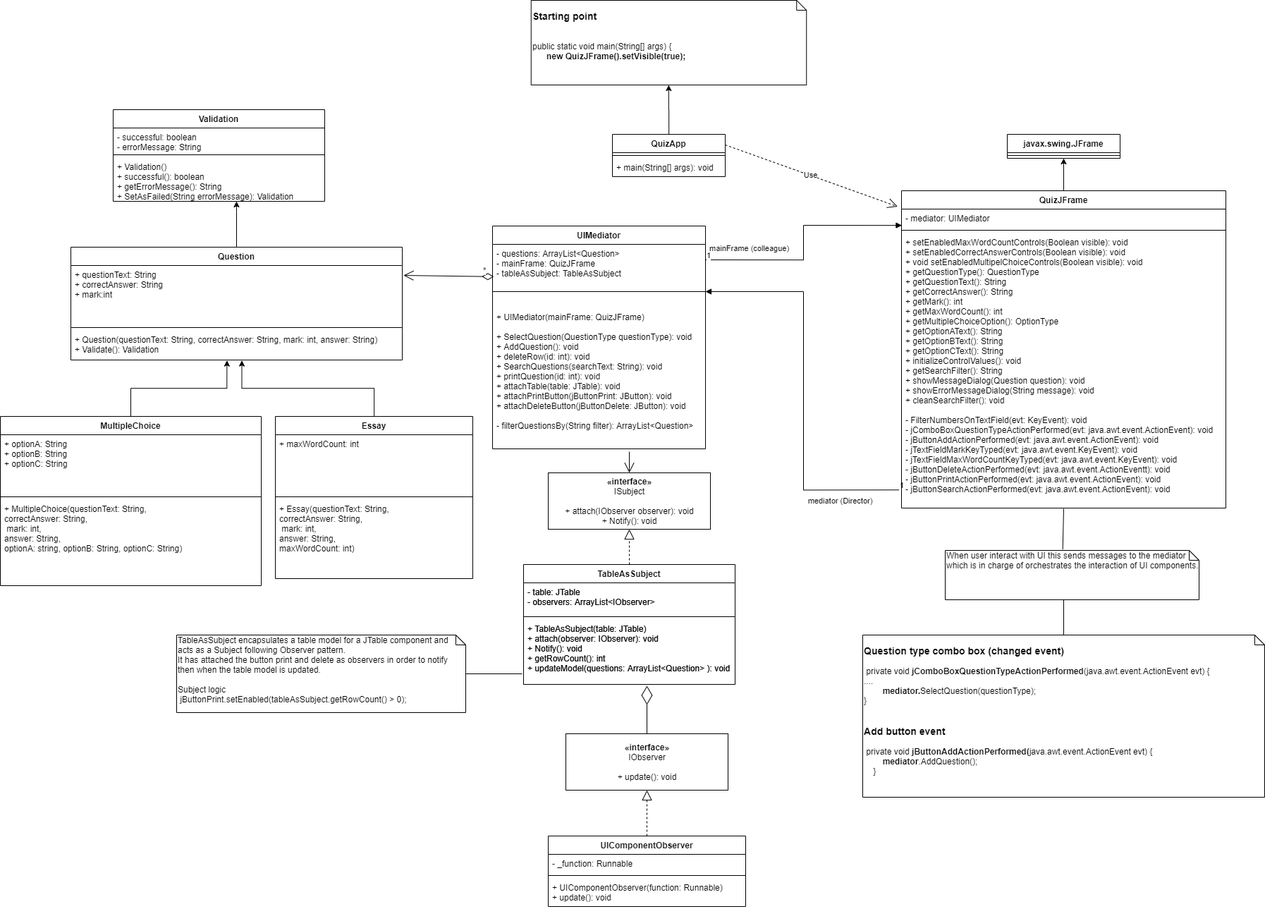
Earlier version of the draw.io export Step 4 - class diagram.png (herreramaxi/NCIRL-OOP-Topic2). Source tidied: cells renumbered, new cells last; positions are measured from the earlier drawing's top-left corner, leaving out a move shared by most shapes.
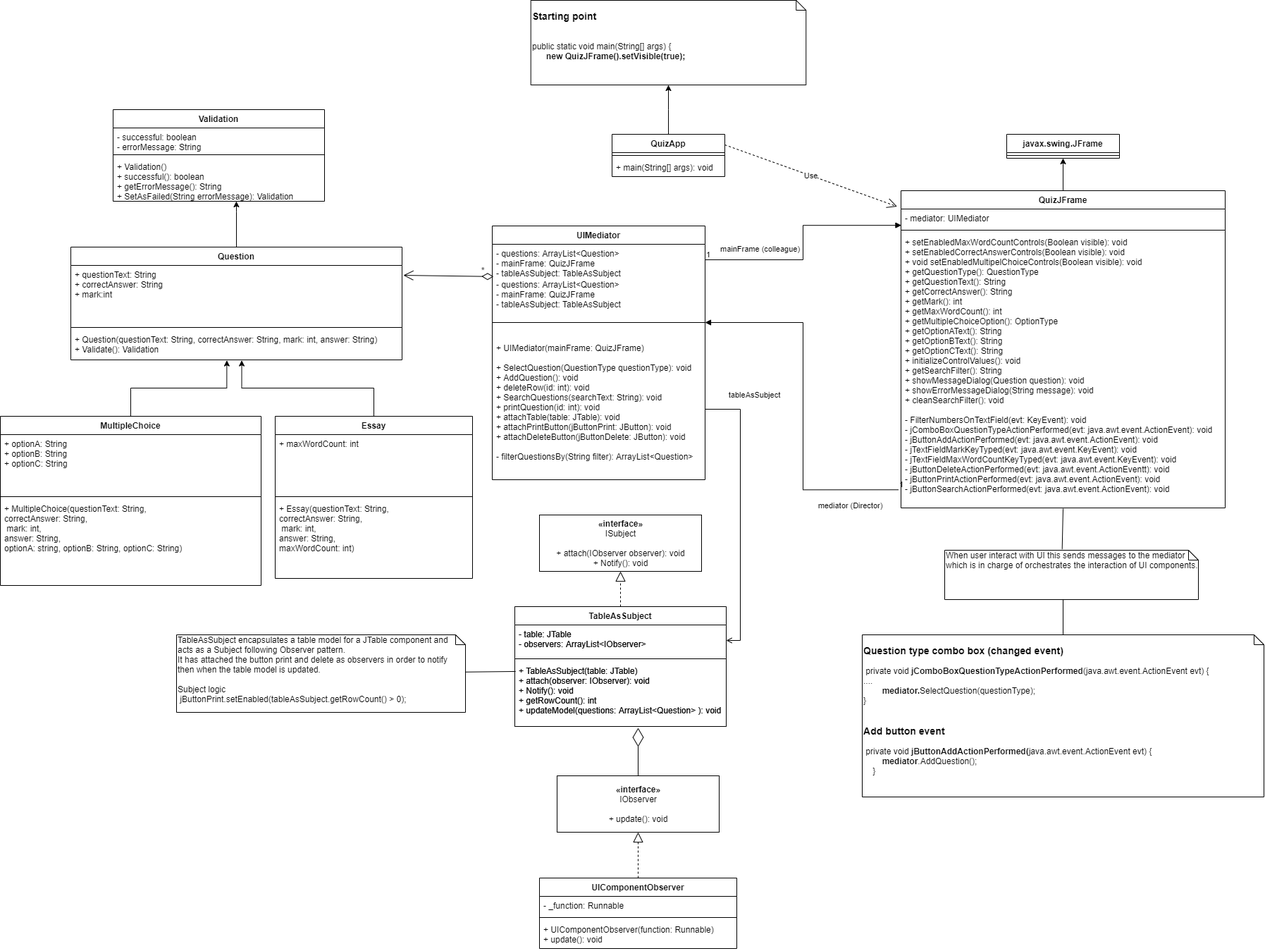
Above is the later version.

The edit, as a diff of the source:
```diff
@@ -42,7 +42,7 @@
       <mxGeometry relative="1" as="geometry" />
     </mxCell>
     <mxCell id="15" value="mainFrame (colleague)" style="endArrow=block;endFill=1;html=1;edgeStyle=orthogonalEdgeStyle;align=left;verticalAlign=top;entryX=0.001;entryY=0.889;entryDx=0;entryDy=0;entryPerimeter=0;exitX=1;exitY=0.5;exitDx=0;exitDy=0;rounded=0;" parent="1" edge="1" source="29" target="25">
-      <mxGeometry x="0.03" y="135" relative="1" as="geometry" />
+      <mxGeometry x="0.02" y="119" relative="1" as="geometry" />
     </mxCell>
     <mxCell id="16" value="1" style="edgeLabel;html=1;align=left;verticalAlign=bottom;" parent="15" vertex="1">
       <mxGeometry x="-1" relative="1" as="geometry" />
@@ -83,16 +83,19 @@
       <mxGeometry y="60" width="460" height="390" as="geometry" />
     </mxCell>
     <mxCell id="28" value="UIMediator" style="swimlane;fontStyle=1;align=center;verticalAlign=top;horizontal=1;startSize=26;" parent="1" vertex="1">
-      <mxGeometry x="698" y="320" width="302" height="316" as="geometry" />
+      <mxGeometry x="698" y="320" width="302" height="360" as="geometry" />
     </mxCell>
     <mxCell id="29" value="- questions: ArrayList&lt;Question&gt; &#10;- mainFrame: QuizJFrame&#10;- tableAsSubject: TableAsSubject" style="text;strokeColor=none;fillColor=none;align=left;verticalAlign=top;spacingLeft=4;spacingRight=4;overflow=hidden;points=[[0,0.5],[1,0.5]];portConstraint=eastwest;" parent="28" vertex="1">
       <mxGeometry y="26" width="302" height="44" as="geometry" />
     </mxCell>
+    <mxCell id="69" value="- questions: ArrayList&lt;Question&gt; &#10;- mainFrame: QuizJFrame&#10;- tableAsSubject: TableAsSubject" style="text;strokeColor=none;fillColor=none;align=left;verticalAlign=top;spacingLeft=4;spacingRight=4;overflow=hidden;" parent="28" vertex="1">
+      <mxGeometry y="70" width="302" height="44" as="geometry" />
+    </mxCell>
     <mxCell id="30" style="line;strokeWidth=1;fillColor=none;align=left;verticalAlign=middle;spacingTop=-1;spacingLeft=3;spacingRight=3;labelPosition=right;points=[];portConstraint=eastwest;" parent="28" vertex="1">
-      <mxGeometry y="70" width="302" height="46" as="geometry" />
+      <mxGeometry y="114" width="302" height="46" as="geometry" />
     </mxCell>
     <mxCell id="31" value="+ UIMediator(mainFrame: QuizJFrame) &#10;&#10;+ SelectQuestion(QuestionType questionType): void&#10;+ AddQuestion(): void&#10;+ deleteRow(id: int): void&#10;+ SearchQuestions(searchText: String): void&#10;+ printQuestion(id: int): void&#10;+ attachTable(table: JTable): void&#10;+ attachPrintButton(jButtonPrint: JButton): void&#10;+ attachDeleteButton(jButtonDelete: JButton): void&#10;&#10;- filterQuestionsBy(String filter): ArrayList&lt;Question&gt; " style="text;strokeColor=none;fillColor=none;align=left;verticalAlign=top;spacingLeft=4;spacingRight=4;overflow=hidden;points=[[0,0.5],[1,0.5]];portConstraint=eastwest;" parent="28" vertex="1">
-      <mxGeometry y="116" width="302" height="200" as="geometry" />
+      <mxGeometry y="160" width="302" height="200" as="geometry" />
     </mxCell>
     <mxCell id="32" value="Essay" style="swimlane;fontStyle=1;align=center;verticalAlign=top;horizontal=1;startSize=26;" parent="1" vertex="1">
       <mxGeometry x="390" y="590" width="280" height="230" as="geometry" />
@@ -139,32 +142,51 @@
       <mxGeometry y="118" width="370" height="122" as="geometry" />
     </mxCell>
     <mxCell id="45" value="&lt;b&gt;«interface»&lt;/b&gt;&lt;br&gt;ISubject&lt;br&gt;&lt;br&gt;&lt;div&gt;+ attach(IObserver observer): void&lt;/div&gt;&lt;div&gt;+ Notify(): void&lt;/div&gt;" style="html=1;" parent="1" vertex="1">
-      <mxGeometry x="777" y="670" width="230" height="80" as="geometry" />
+      <mxGeometry x="765" y="730" width="230" height="80" as="geometry" />
     </mxCell>
     <mxCell id="46" style="endArrow=block;dashed=1;endFill=0;endSize=12;html=1;entryX=0.5;entryY=1;entryDx=0;entryDy=0;exitX=0.5;exitY=0;exitDx=0;exitDy=0;" parent="1" edge="1" source="52" target="45">
       <mxGeometry relative="1" as="geometry" />
     </mxCell>
     <mxCell id="47" value="&lt;b&gt;«interface»&lt;/b&gt;&lt;br&gt;IObserver&lt;br&gt;&lt;br&gt;&lt;div&gt;+ update(): void&lt;/div&gt;" style="html=1;" parent="1" vertex="1">
-      <mxGeometry x="802" y="1040" width="230" height="80" as="geometry" />
+      <mxGeometry x="790" y="1100" width="230" height="80" as="geometry" />
     </mxCell>
     <mxCell id="48" style="endArrow=block;dashed=1;endFill=0;endSize=12;html=1;exitX=0.5;exitY=0;exitDx=0;exitDy=0;" parent="1" edge="1" source="60" target="47">
       <mxGeometry relative="1" as="geometry" />
     </mxCell>
     <mxCell id="49" value="&lt;b&gt;«interface»&lt;/b&gt;&lt;br&gt;ISubject&lt;br&gt;&lt;br&gt;&lt;div&gt;+ attach(IObserver observer): void&lt;/div&gt;&lt;div&gt;+ Notify(): void&lt;/div&gt;" style="html=1;" parent="1" vertex="1">
-      <mxGeometry x="777" y="670" width="230" height="80" as="geometry" />
+      <mxGeometry x="765" y="730" width="230" height="80" as="geometry" />
     </mxCell>
     <mxCell id="50" style="endArrow=diamondThin;endFill=0;endSize=24;html=1;exitX=0.5;exitY=0;exitDx=0;exitDy=0;" parent="1" edge="1" source="47">
       <mxGeometry relative="1" as="geometry">
-        <mxPoint x="917" y="972" as="targetPoint" />
+        <mxPoint x="905" y="1032" as="targetPoint" />
       </mxGeometry>
     </mxCell>
-    <mxCell id="51" style="endArrow=open;endFill=1;endSize=12;html=1;" parent="1" edge="1" target="49">
-      <mxGeometry relative="1" as="geometry">
-        <mxPoint x="892" y="640" as="sourcePoint" />
-      </mxGeometry>
-    </mxCell>
+    <mxCell id="64" style="rounded=0;jettySize=auto;html=1;endArrow=none;endFill=0;exitX=0.463;exitY=-0.02;exitDx=0;exitDy=0;exitPerimeter=0;" parent="1" edge="1" source="65">
+      <mxGeometry relative="1" as="geometry">
+        <mxPoint x="1508" y="721" as="targetPoint" />
+      </mxGeometry>
+    </mxCell>
+    <mxCell id="65" value="When user interact with UI this sends messages to the mediator which is in charge of orchestrates the interaction of UI components." style="shape=note;whiteSpace=wrap;html=1;size=14;verticalAlign=top;align=left;spacingTop=-6;" parent="1" vertex="1">
+      <mxGeometry x="1340" y="780" width="360" height="70" as="geometry" />
+    </mxCell>
+    <mxCell id="66" style="rounded=0;jettySize=auto;html=1;endArrow=none;endFill=0;exitX=0.5;exitY=0;exitDx=0;exitDy=0;exitPerimeter=0;" parent="1" edge="1" source="12">
+      <mxGeometry relative="1" as="geometry">
+        <mxPoint x="1508" y="850" as="targetPoint" />
+      </mxGeometry>
+    </mxCell>
+    <mxCell id="67" style="edgeStyle=none;rounded=0;jettySize=auto;html=1;endArrow=none;endFill=0;entryX=0.004;entryY=0.152;entryDx=0;entryDy=0;entryPerimeter=0;" parent="1" edge="1" source="68" target="59">
+      <mxGeometry relative="1" as="geometry" />
+    </mxCell>
+    <mxCell id="68" value="TableAsSubject encapsulates a table model for a JTable component and acts as a Subject following Observer pattern.&lt;br&gt;It has attached the button print and delete as observers in order to notify then when&amp;nbsp;the table model is updated.&lt;br&gt;&lt;br&gt;Subject logic&lt;br&gt;&amp;nbsp;jButtonPrint.setEnabled(tableAsSubject.getRowCount() &amp;gt; 0);" style="shape=note;whiteSpace=wrap;html=1;size=14;verticalAlign=top;align=left;spacingTop=-6;" parent="1" vertex="1">
+      <mxGeometry x="250" y="900" width="410" height="110" as="geometry" />
+    </mxCell>
+    <mxCell id="70" value="tableAsSubject" style="edgeStyle=orthogonalEdgeStyle;rounded=0;jettySize=auto;html=1;entryX=1;entryY=0.5;entryDx=0;entryDy=0;endArrow=open;endFill=0;" parent="1" edge="1" source="31" target="57">
+      <mxGeometry x="-0.75" y="28" relative="1" as="geometry">
+        <mxPoint x="-8" y="-20" as="offset" />
+      </mxGeometry>
+    </mxCell>
     <mxCell id="52" value="TableAsSubject" style="swimlane;fontStyle=1;align=center;verticalAlign=top;horizontal=1;startSize=26;" parent="1" vertex="1">
-      <mxGeometry x="742" y="800" width="300" height="170" as="geometry" />
+      <mxGeometry x="730" y="860" width="300" height="170" as="geometry" />
     </mxCell>
     <mxCell id="53" value="- table: JTable&#10;- observers: ArrayList&lt;IObserver&gt; " style="text;strokeColor=none;fillColor=none;align=left;verticalAlign=top;spacingLeft=4;spacingRight=4;overflow=hidden;" parent="52" vertex="1">
       <mxGeometry y="26" width="300" height="44" as="geometry" />
@@ -176,7 +198,7 @@
       <mxGeometry y="78" width="300" height="92" as="geometry" />
     </mxCell>
     <mxCell id="56" value="TableAsSubject" style="swimlane;fontStyle=1;align=center;verticalAlign=top;horizontal=1;startSize=26;" parent="1" vertex="1">
-      <mxGeometry x="742" y="800" width="300" height="170" as="geometry" />
+      <mxGeometry x="730" y="860" width="300" height="170" as="geometry" />
     </mxCell>
     <mxCell id="57" value="- table: JTable&#10;- observers: ArrayList&lt;IObserver&gt; " style="text;strokeColor=none;fillColor=none;align=left;verticalAlign=top;spacingLeft=4;spacingRight=4;overflow=hidden;points=[[0,0.5],[1,0.5]];portConstraint=eastwest;" parent="56" vertex="1">
       <mxGeometry y="26" width="300" height="44" as="geometry" />
@@ -188,7 +210,7 @@
       <mxGeometry y="78" width="300" height="92" as="geometry" />
     </mxCell>
     <mxCell id="60" value="UIComponentObserver" style="swimlane;fontStyle=1;align=center;verticalAlign=top;horizontal=1;startSize=26;" parent="1" vertex="1">
-      <mxGeometry x="777" y="1185" width="280" height="100" as="geometry" />
+      <mxGeometry x="765" y="1245" width="280" height="100" as="geometry" />
     </mxCell>
     <mxCell id="61" value="- _function: Runnable" style="text;strokeColor=none;fillColor=none;align=left;verticalAlign=top;spacingLeft=4;spacingRight=4;overflow=hidden;" parent="60" vertex="1">
       <mxGeometry y="26" width="280" height="26" as="geometry" />
@@ -199,26 +221,5 @@
     <mxCell id="63" value="+ UIComponentObserver(function: Runnable)&#10;+ update(): void" style="text;strokeColor=none;fillColor=none;align=left;verticalAlign=top;spacingLeft=4;spacingRight=4;overflow=hidden;" parent="60" vertex="1">
       <mxGeometry y="60" width="280" height="40" as="geometry" />
     </mxCell>
-    <mxCell id="64" style="rounded=0;jettySize=auto;html=1;endArrow=none;endFill=0;exitX=0.463;exitY=-0.02;exitDx=0;exitDy=0;exitPerimeter=0;" parent="1" edge="1" source="65">
-      <mxGeometry relative="1" as="geometry">
-        <mxPoint x="1508" y="721" as="targetPoint" />
-      </mxGeometry>
-    </mxCell>
-    <mxCell id="65" value="When user interact with UI this sends messages to the mediator which is in charge of orchestrates the interaction of UI components." style="shape=note;whiteSpace=wrap;html=1;size=14;verticalAlign=top;align=left;spacingTop=-6;" parent="1" vertex="1">
-      <mxGeometry x="1340" y="780" width="360" height="70" as="geometry" />
-    </mxCell>
-    <mxCell id="66" style="rounded=0;jettySize=auto;html=1;endArrow=none;endFill=0;exitX=0.5;exitY=0;exitDx=0;exitDy=0;exitPerimeter=0;" parent="1" edge="1" source="12">
-      <mxGeometry relative="1" as="geometry">
-        <mxPoint x="1508" y="850" as="targetPoint" />
-      </mxGeometry>
-    </mxCell>
-    <mxCell id="67" style="edgeStyle=none;rounded=0;jettySize=auto;html=1;endArrow=none;endFill=0;" parent="1" edge="1" source="68">
-      <mxGeometry relative="1" as="geometry">
-        <mxPoint x="740" y="955" as="targetPoint" />
-      </mxGeometry>
-    </mxCell>
-    <mxCell id="68" value="TableAsSubject encapsulates a table model for a JTable component and acts as a Subject following Observer pattern.&lt;br&gt;It has attached the button print and delete as observers in order to notify then when&amp;nbsp;the table model is updated.&lt;br&gt;&lt;br&gt;Subject logic&lt;br&gt;&amp;nbsp;jButtonPrint.setEnabled(tableAsSubject.getRowCount() &amp;gt; 0);" style="shape=note;whiteSpace=wrap;html=1;size=14;verticalAlign=top;align=left;spacingTop=-6;" parent="1" vertex="1">
-      <mxGeometry x="250" y="900" width="410" height="110" as="geometry" />
-    </mxCell>
   </root>
 </mxGraphModel>
```
